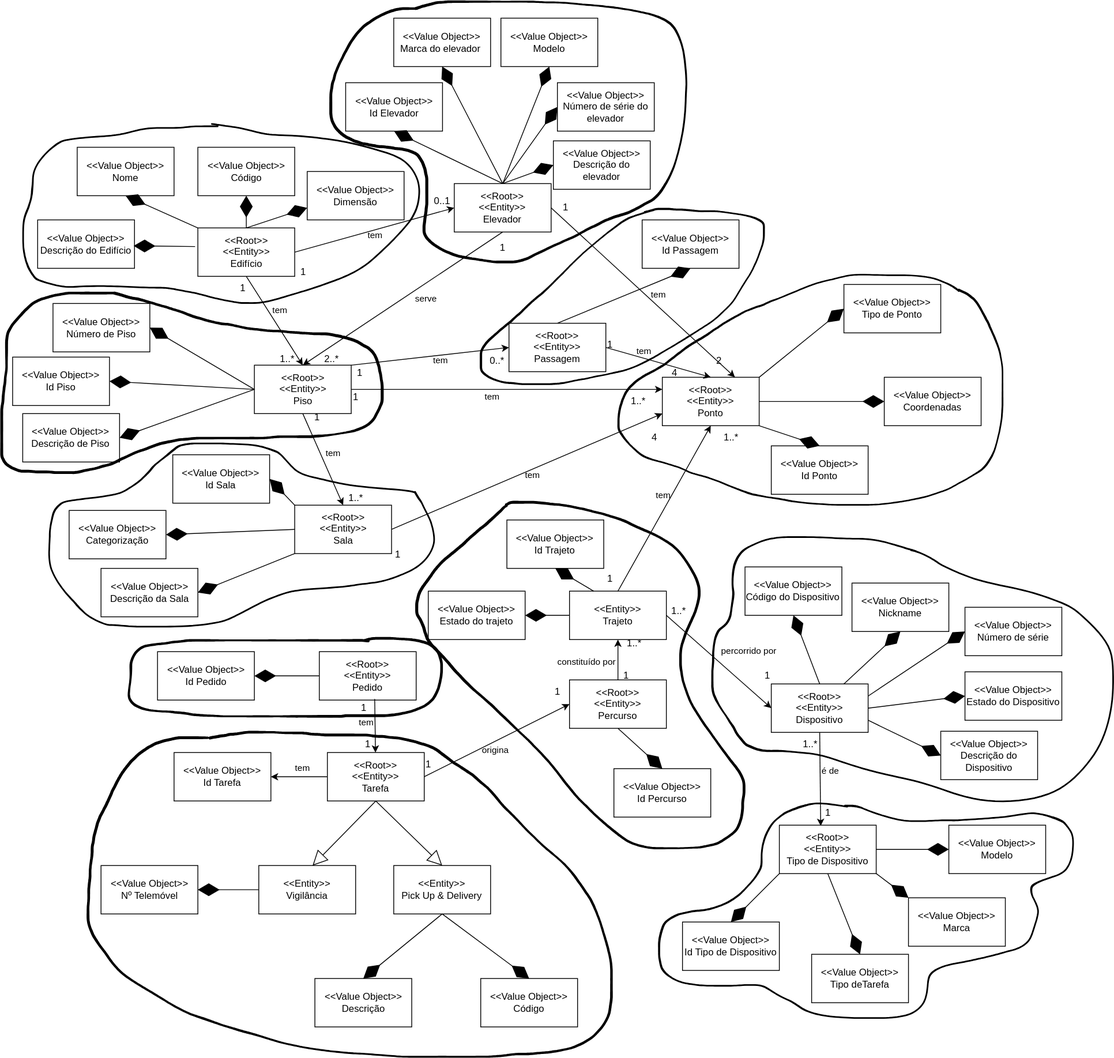
This is docs/DM/DM.svg from SEM5PI2324G58/sem5pi_g58_23_24, a draw.io export, as it was before one commit. Source tidied: cells renumbered, new cells last; positions are measured from the earlier drawing's top-left corner, leaving out a move shared by most shapes.
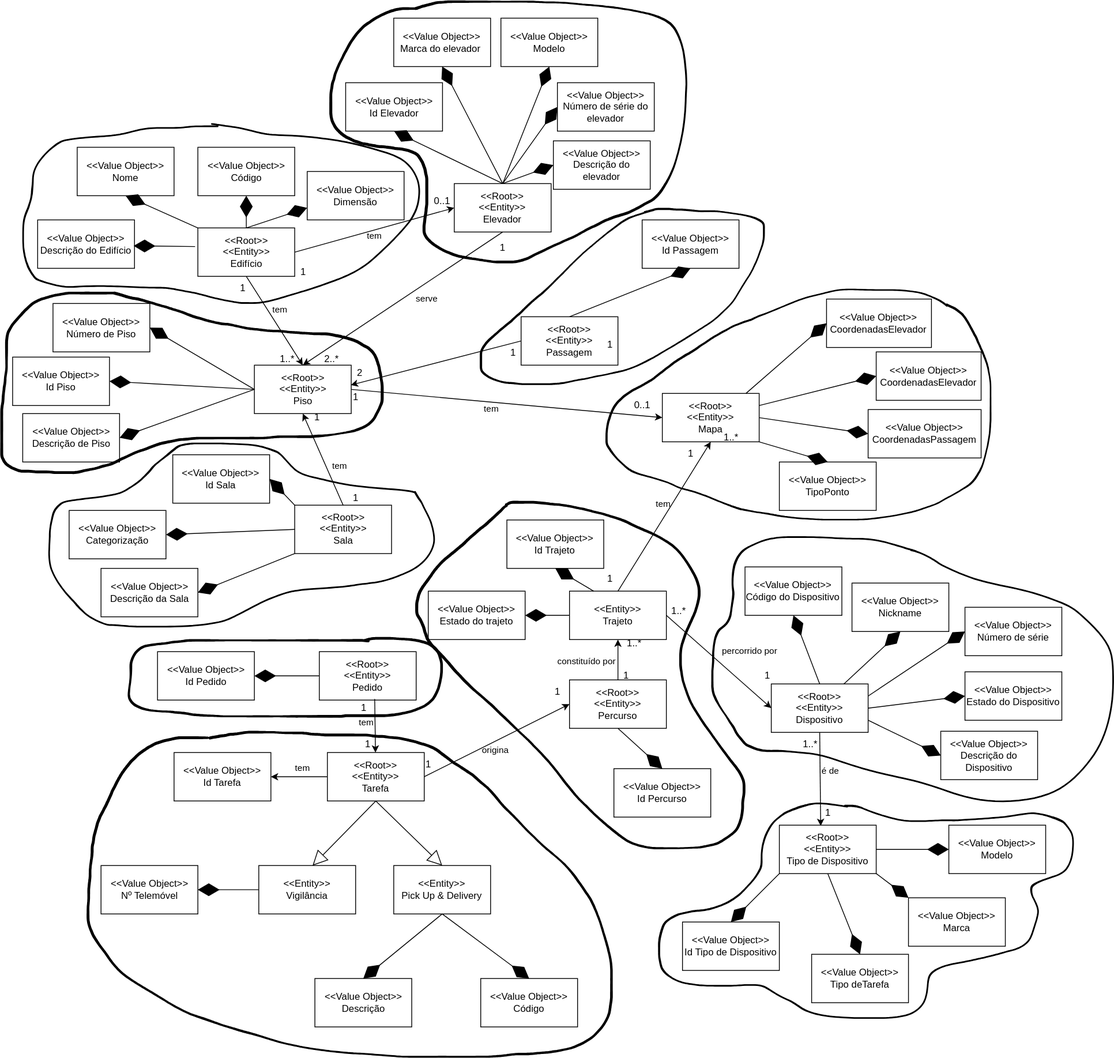
After the commit.

Change to the diagram source:
```diff
@@ -53,13 +53,13 @@
     <mxCell id="16" value="&amp;lt;&amp;lt;Root&amp;gt;&amp;gt;&lt;br&gt;&amp;lt;&amp;lt;Entity&amp;gt;&amp;gt;&lt;br style=&quot;border-color: var(--border-color);&quot;&gt;Tipo de Dispositivo" style="rounded=0;whiteSpace=wrap;html=1;" parent="1" vertex="1">
       <mxGeometry x="965" y="1022" width="120" height="60" as="geometry" />
     </mxCell>
-    <mxCell id="17" value="&amp;lt;&amp;lt;Root&amp;gt;&amp;gt;&lt;br&gt;&amp;lt;&amp;lt;Entity&amp;gt;&amp;gt;&lt;br&gt;Ponto" style="rounded=0;whiteSpace=wrap;html=1;" parent="1" vertex="1">
-      <mxGeometry x="820" y="467" width="120" height="60" as="geometry" />
+    <mxCell id="17" value="&amp;lt;&amp;lt;Root&amp;gt;&amp;gt;&lt;br&gt;&amp;lt;&amp;lt;Entity&amp;gt;&amp;gt;&lt;br&gt;Mapa" style="rounded=0;whiteSpace=wrap;html=1;" parent="1" vertex="1">
+      <mxGeometry x="820" y="487" width="120" height="60" as="geometry" />
     </mxCell>
-    <mxCell id="18" value="&amp;lt;&amp;lt;Value Object&amp;gt;&amp;gt;&lt;br&gt;Coordenadas" style="rounded=0;whiteSpace=wrap;html=1;" parent="1" vertex="1">
-      <mxGeometry x="1095" y="467" width="120" height="60" as="geometry" />
+    <mxCell id="18" value="&amp;lt;&amp;lt;Value Object&amp;gt;&amp;gt;&lt;br&gt;CoordenadasPassagem" style="rounded=0;whiteSpace=wrap;html=1;" parent="1" vertex="1">
+      <mxGeometry x="1075" y="507" width="140" height="60" as="geometry" />
     </mxCell>
-    <mxCell id="19" style="endArrow=classic;html=1;rounded=0;entryX=0;entryY=0.25;entryDx=0;entryDy=0;exitX=1;exitY=0.5;exitDx=0;exitDy=0;" parent="1" edge="1" source="22" target="17">
+    <mxCell id="19" style="endArrow=classic;html=1;rounded=0;entryX=0;entryY=0.5;entryDx=0;entryDy=0;exitX=1;exitY=0.5;exitDx=0;exitDy=0;" parent="1" edge="1" source="22" target="17">
       <mxGeometry relative="1" as="geometry" />
     </mxCell>
     <mxCell id="20" value="tem" style="edgeLabel;html=1;align=center;verticalAlign=middle;labelBackgroundColor=none;" parent="19" vertex="1">
@@ -81,28 +81,15 @@
         <mxPoint x="6" y="-12" as="offset" />
       </mxGeometry>
     </mxCell>
-    <mxCell id="25" value="&amp;lt;&amp;lt;Value Object&amp;gt;&amp;gt;&lt;br style=&quot;border-color: var(--border-color);&quot;&gt;Tipo de Ponto" style="rounded=0;whiteSpace=wrap;html=1;" parent="1" vertex="1">
-      <mxGeometry x="1045" y="352" width="120" height="60" as="geometry" />
+    <mxCell id="25" value="&amp;lt;&amp;lt;Value Object&amp;gt;&amp;gt;&lt;br style=&quot;border-color: var(--border-color);&quot;&gt;CoordenadasElevador" style="rounded=0;whiteSpace=wrap;html=1;" parent="1" vertex="1">
+      <mxGeometry x="1085" y="435.6" width="130" height="60" as="geometry" />
     </mxCell>
     <mxCell id="26" value="&amp;lt;&amp;lt;Root&amp;gt;&amp;gt;&lt;br&gt;&amp;lt;&amp;lt;Entity&amp;gt;&amp;gt;&lt;br&gt;Passagem" style="rounded=0;whiteSpace=wrap;html=1;" parent="1" vertex="1">
-      <mxGeometry x="630" y="400.1" width="120" height="60" as="geometry" />
+      <mxGeometry x="645" y="392" width="120" height="60" as="geometry" />
     </mxCell>
-    <mxCell id="27" style="endArrow=classic;html=1;rounded=0;entryX=0;entryY=0.5;entryDx=0;entryDy=0;exitX=1;exitY=0;exitDx=0;exitDy=0;" parent="1" edge="1" source="22" target="26">
+    <mxCell id="27" style="endArrow=classic;html=1;rounded=0;entryX=0.133;entryY=0.988;entryDx=0;entryDy=0;entryPerimeter=0;exitX=0;exitY=0.5;exitDx=0;exitDy=0;" parent="1" edge="1" source="26" target="43">
       <mxGeometry relative="1" as="geometry" />
     </mxCell>
-    <mxCell id="28" value="tem" style="edgeLabel;html=1;align=center;verticalAlign=middle;labelBackgroundColor=none;" parent="27" vertex="1">
-      <mxGeometry x="-0.07" y="1" relative="1" as="geometry">
-        <mxPoint x="19" y="5" as="offset" />
-      </mxGeometry>
-    </mxCell>
-    <mxCell id="29" style="endArrow=classic;html=1;rounded=0;entryX=0.5;entryY=0;entryDx=0;entryDy=0;exitX=1;exitY=0.5;exitDx=0;exitDy=0;" parent="1" edge="1" source="26" target="17">
-      <mxGeometry relative="1" as="geometry" />
-    </mxCell>
-    <mxCell id="30" value="tem" style="edgeLabel;html=1;align=center;verticalAlign=middle;labelBackgroundColor=none;" parent="29" vertex="1">
-      <mxGeometry x="-0.02" y="2" relative="1" as="geometry">
-        <mxPoint x="-19" y="-12" as="offset" />
-      </mxGeometry>
-    </mxCell>
     <mxCell id="31" style="endArrow=classic;html=1;rounded=0;entryX=0.5;entryY=1;entryDx=0;entryDy=0;exitX=0.5;exitY=0;exitDx=0;exitDy=0;" parent="1" edge="1" source="7" target="17">
       <mxGeometry relative="1" as="geometry" />
     </mxCell>
@@ -141,11 +128,11 @@
     <mxCell id="42" value="1" style="text;html=1;align=center;verticalAlign=middle;strokeColor=none;fillColor=none;" parent="1" vertex="1">
       <mxGeometry x="359.5" y="322" width="30" height="30" as="geometry" />
     </mxCell>
-    <mxCell id="43" value="1" style="text;html=1;align=center;verticalAlign=middle;points=[];strokeColor=none;fillColor=none;" parent="1" vertex="1">
+    <mxCell id="43" value="2" style="text;html=1;align=center;verticalAlign=middle;points=[];strokeColor=none;fillColor=none;" parent="1" vertex="1">
       <mxGeometry x="430" y="447" width="30" height="30" as="geometry" />
     </mxCell>
-    <mxCell id="44" value="1..*" style="text;html=1;align=center;verticalAlign=middle;strokeColor=none;fillColor=none;" parent="1" vertex="1">
-      <mxGeometry x="770" y="482" width="40" height="30" as="geometry" />
+    <mxCell id="44" value="0..1" style="text;html=1;align=center;verticalAlign=middle;strokeColor=none;fillColor=none;" parent="1" vertex="1">
+      <mxGeometry x="775.2" y="487" width="40" height="30" as="geometry" />
     </mxCell>
     <mxCell id="45" value="1" style="text;html=1;align=center;verticalAlign=middle;strokeColor=none;fillColor=none;" parent="1" vertex="1">
       <mxGeometry x="377.4" y="502" width="30" height="30" as="geometry" />
@@ -156,9 +143,6 @@
     <mxCell id="47" value="1" style="text;html=1;align=center;verticalAlign=middle;strokeColor=none;fillColor=none;" parent="1" vertex="1">
       <mxGeometry x="740" y="412" width="30" height="30" as="geometry" />
     </mxCell>
-    <mxCell id="48" value="4" style="text;html=1;align=center;verticalAlign=middle;strokeColor=none;fillColor=none;" parent="1" vertex="1">
-      <mxGeometry x="820" y="447" width="30" height="30" as="geometry" />
-    </mxCell>
     <mxCell id="49" value="1" style="text;html=1;align=center;verticalAlign=middle;strokeColor=none;fillColor=none;" parent="1" vertex="1">
       <mxGeometry x="935" y="822" width="30" height="30" as="geometry" />
     </mxCell>
@@ -183,7 +167,7 @@
     <mxCell id="56" style="endArrow=diamondThin;endFill=1;endSize=24;html=1;rounded=0;exitX=1;exitY=0.5;exitDx=0;exitDy=0;entryX=0;entryY=0.5;entryDx=0;entryDy=0;" parent="1" edge="1" source="17" target="18">
       <mxGeometry relative="1" as="geometry" />
     </mxCell>
-    <mxCell id="57" style="endArrow=diamondThin;endFill=1;endSize=24;html=1;rounded=0;exitX=1;exitY=0;exitDx=0;exitDy=0;entryX=0;entryY=0.5;entryDx=0;entryDy=0;" parent="1" edge="1" source="17" target="25">
+    <mxCell id="57" style="endArrow=diamondThin;endFill=1;endSize=24;html=1;rounded=0;exitX=1;exitY=0.25;exitDx=0;exitDy=0;entryX=0;entryY=0.5;entryDx=0;entryDy=0;" parent="1" edge="1" source="17" target="25">
       <mxGeometry relative="1" as="geometry" />
     </mxCell>
     <mxCell id="58" value="&amp;lt;&amp;lt;Root&amp;gt;&amp;gt;&lt;br&gt;&amp;lt;&amp;lt;Entity&amp;gt;&amp;gt;&lt;br&gt;Sala" style="rounded=0;whiteSpace=wrap;html=1;" parent="1" vertex="1">
@@ -192,7 +176,7 @@
     <mxCell id="59" value="&amp;lt;&amp;lt;Root&amp;gt;&amp;gt;&lt;br&gt;&amp;lt;&amp;lt;Entity&amp;gt;&amp;gt;&lt;br&gt;Elevador" style="rounded=0;whiteSpace=wrap;html=1;" parent="1" vertex="1">
       <mxGeometry x="562.2" y="227" width="120" height="60" as="geometry" />
     </mxCell>
-    <mxCell id="60" style="endArrow=classic;html=1;rounded=0;entryX=0.5;entryY=0;entryDx=0;entryDy=0;exitX=0.5;exitY=1;exitDx=0;exitDy=0;" parent="1" edge="1" source="22" target="58">
+    <mxCell id="60" style="endArrow=classic;html=1;rounded=0;entryX=0.5;entryY=1;entryDx=0;entryDy=0;exitX=0.5;exitY=0;exitDx=0;exitDy=0;" parent="1" edge="1" source="58" target="22">
       <mxGeometry relative="1" as="geometry" />
     </mxCell>
     <mxCell id="61" value="tem" style="edgeLabel;html=1;align=center;verticalAlign=middle;labelBackgroundColor=none;" parent="60" vertex="1">
@@ -208,28 +192,17 @@
         <mxPoint x="9" y="6" as="offset" />
       </mxGeometry>
     </mxCell>
-    <mxCell id="64" value="0..*" style="text;html=1;align=center;verticalAlign=middle;strokeColor=none;fillColor=none;" parent="1" vertex="1">
-      <mxGeometry x="595" y="432" width="40" height="30" as="geometry" />
+    <mxCell id="64" value="1" style="text;html=1;align=center;verticalAlign=middle;strokeColor=none;fillColor=none;" parent="1" vertex="1">
+      <mxGeometry x="620" y="422" width="30" height="30" as="geometry" />
     </mxCell>
     <mxCell id="65" value="1..*" style="text;html=1;align=center;verticalAlign=middle;strokeColor=none;fillColor=none;" parent="1" vertex="1">
       <mxGeometry x="335" y="430.1" width="40" height="30" as="geometry" />
     </mxCell>
-    <mxCell id="66" value="1..*" style="text;html=1;align=center;verticalAlign=middle;strokeColor=none;fillColor=none;" parent="1" vertex="1">
-      <mxGeometry x="420" y="602" width="40" height="30" as="geometry" />
+    <mxCell id="66" value="1" style="text;html=1;align=center;verticalAlign=middle;strokeColor=none;fillColor=none;" parent="1" vertex="1">
+      <mxGeometry x="425" y="602" width="30" height="30" as="geometry" />
     </mxCell>
-    <mxCell id="67" style="endArrow=classic;html=1;rounded=0;entryX=0;entryY=0.75;entryDx=0;entryDy=0;exitX=1;exitY=0.5;exitDx=0;exitDy=0;" parent="1" edge="1" source="58" target="17">
-      <mxGeometry relative="1" as="geometry" />
-    </mxCell>
-    <mxCell id="68" value="tem" style="edgeLabel;html=1;align=center;verticalAlign=middle;labelBackgroundColor=none;" parent="67" vertex="1">
-      <mxGeometry x="-0.03" y="-2" relative="1" as="geometry">
-        <mxPoint x="10" as="offset" />
-      </mxGeometry>
-    </mxCell>
-    <mxCell id="69" value="1" style="text;html=1;align=center;verticalAlign=middle;strokeColor=none;fillColor=none;" parent="1" vertex="1">
-      <mxGeometry x="477.4" y="672" width="30" height="30" as="geometry" />
-    </mxCell>
-    <mxCell id="70" value="4" style="text;html=1;align=center;verticalAlign=middle;strokeColor=none;fillColor=none;" parent="1" vertex="1">
-      <mxGeometry x="795" y="527" width="30" height="30" as="geometry" />
+    <mxCell id="70" value="1" style="text;html=1;align=center;verticalAlign=middle;strokeColor=none;fillColor=none;" parent="1" vertex="1">
+      <mxGeometry x="840" y="547" width="30" height="30" as="geometry" />
     </mxCell>
     <mxCell id="71" value="&amp;lt;&amp;lt;Value Object&amp;gt;&amp;gt;&lt;br style=&quot;border-color: var(--border-color);&quot;&gt;Número de série" style="rounded=0;whiteSpace=wrap;html=1;" parent="1" vertex="1">
       <mxGeometry x="1195" y="752" width="120" height="60" as="geometry" />
@@ -282,8 +255,8 @@
     <mxCell id="87" style="endArrow=diamondThin;endFill=1;endSize=24;html=1;rounded=0;exitX=0;exitY=0.5;exitDx=0;exitDy=0;entryX=1;entryY=0.5;entryDx=0;entryDy=0;" parent="1" edge="1" source="4" target="86">
       <mxGeometry relative="1" as="geometry" />
     </mxCell>
-    <mxCell id="88" value="&amp;lt;&amp;lt;Value Object&amp;gt;&amp;gt;&lt;br style=&quot;border-color: var(--border-color);&quot;&gt;Id Ponto" style="rounded=0;whiteSpace=wrap;html=1;" parent="1" vertex="1">
-      <mxGeometry x="955" y="552" width="120" height="60" as="geometry" />
+    <mxCell id="88" value="&amp;lt;&amp;lt;Value Object&amp;gt;&amp;gt;&lt;br style=&quot;border-color: var(--border-color);&quot;&gt;TipoPonto" style="rounded=0;whiteSpace=wrap;html=1;" parent="1" vertex="1">
+      <mxGeometry x="965" y="572" width="120" height="60" as="geometry" />
     </mxCell>
     <mxCell id="89" style="endArrow=diamondThin;endFill=1;endSize=24;html=1;rounded=0;exitX=1;exitY=1;exitDx=0;exitDy=0;entryX=0.5;entryY=0;entryDx=0;entryDy=0;" parent="1" edge="1" source="17" target="88">
       <mxGeometry relative="1" as="geometry" />
@@ -316,7 +289,7 @@
       <mxGeometry x="594.3" y="257.6" width="352.3" height="218.5" as="geometry" />
     </mxCell>
     <mxCell id="99" style="shape=(stored shape, 13532 characters);lineShape=1;" parent="1" vertex="1">
-      <mxGeometry x="764.8" y="339.4" width="477.3" height="286.1" as="geometry" />
+      <mxGeometry x="750" y="357.7" width="477.3" height="286.1" as="geometry" />
     </mxCell>
     <mxCell id="100" value="&amp;lt;&amp;lt;Value Object&amp;gt;&amp;gt;&lt;br style=&quot;border-color: var(--border-color);&quot;&gt;Nome" style="rounded=0;whiteSpace=wrap;html=1;" parent="1" vertex="1">
       <mxGeometry x="95" y="182" width="120" height="60" as="geometry" />
@@ -381,20 +354,6 @@
     <mxCell id="120" style="endArrow=diamondThin;endFill=1;endSize=24;html=1;rounded=0;exitX=0.5;exitY=1;exitDx=0;exitDy=0;entryX=0.5;entryY=0;entryDx=0;entryDy=0;" parent="1" edge="1" source="128" target="119">
       <mxGeometry relative="1" as="geometry" />
     </mxCell>
-    <mxCell id="121" style="endArrow=classic;html=1;rounded=0;entryX=0.75;entryY=0;entryDx=0;entryDy=0;exitX=1;exitY=0.5;exitDx=0;exitDy=0;" parent="1" edge="1" source="59" target="17">
-      <mxGeometry relative="1" as="geometry" />
-    </mxCell>
-    <mxCell id="122" value="tem" style="edgeLabel;html=1;align=center;verticalAlign=middle;labelBackgroundColor=none;" parent="121" vertex="1">
-      <mxGeometry x="0.12" y="1" relative="1" as="geometry">
-        <mxPoint x="4" y="-9" as="offset" />
-      </mxGeometry>
-    </mxCell>
-    <mxCell id="123" value="1" style="text;html=1;align=center;verticalAlign=middle;strokeColor=none;fillColor=none;" parent="1" vertex="1">
-      <mxGeometry x="685" y="242" width="30" height="30" as="geometry" />
-    </mxCell>
-    <mxCell id="124" value="2" style="text;html=1;align=center;verticalAlign=middle;strokeColor=none;fillColor=none;" parent="1" vertex="1">
-      <mxGeometry x="875" y="432" width="30" height="30" as="geometry" />
-    </mxCell>
     <mxCell id="125" value="&amp;lt;&amp;lt;Root&amp;gt;&amp;gt;&lt;br style=&quot;border-color: var(--border-color);&quot;&gt;&amp;lt;&amp;lt;Entity&amp;gt;&amp;gt;&lt;br style=&quot;border-color: var(--border-color);&quot;&gt;Tarefa" style="rounded=0;whiteSpace=wrap;html=1;" parent="1" vertex="1">
       <mxGeometry x="405" y="932" width="120" height="60" as="geometry" />
     </mxCell>
@@ -501,5 +460,11 @@
     <mxCell id="158" style="endArrow=diamondThin;endFill=1;endSize=24;html=1;rounded=0;exitX=1;exitY=0.75;exitDx=0;exitDy=0;entryX=0;entryY=0.5;entryDx=0;entryDy=0;" parent="1" edge="1" source="6" target="157">
       <mxGeometry relative="1" as="geometry" />
     </mxCell>
+    <mxCell id="159" value="&amp;lt;&amp;lt;Value Object&amp;gt;&amp;gt;&lt;br style=&quot;border-color: var(--border-color);&quot;&gt;CoordenadasElevador" style="rounded=0;whiteSpace=wrap;html=1;" parent="1" vertex="1">
+      <mxGeometry x="1023.5" y="370.1" width="130" height="60" as="geometry" />
+    </mxCell>
+    <mxCell id="160" style="endArrow=diamondThin;endFill=1;endSize=24;html=1;rounded=0;exitX=0.865;exitY=-0.003;exitDx=0;exitDy=0;entryX=0;entryY=0.5;entryDx=0;entryDy=0;exitPerimeter=0;" parent="1" edge="1" source="17" target="159">
+      <mxGeometry relative="1" as="geometry" />
+    </mxCell>
   </root>
 </mxGraphModel>
```
